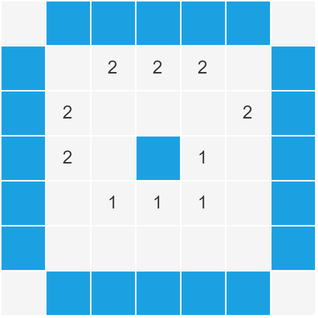
Before: img/62c303-L15-0.drawio.png, a diagram exported from draw.io (axiomofchoice-hjt/Axiomofchoice-hjt.github.io). Source tidied: cells renumbered, new cells last; positions are measured from the earlier drawing's top-left corner, leaving out a move shared by most shapes.
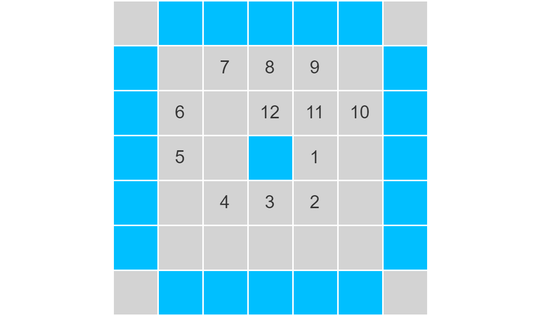
Above is the later version.

What changed in the source:
```diff
@@ -2,169 +2,175 @@
   <root>
     <mxCell id="0" />
     <mxCell id="1" parent="0" />
+    <mxCell id="57" style="endArrow=none;dashed=1;html=1;strokeColor=#FFFFFF;" parent="1" edge="1">
+      <mxGeometry relative="1" as="geometry">
+        <mxPoint x="-75" as="sourcePoint" />
+        <mxPoint x="285" as="targetPoint" />
+      </mxGeometry>
+    </mxCell>
-    <mxCell id="2" style="rounded=0;whiteSpace=wrap;html=1;fillColor=#f5f5f5;fontColor=#333333;strokeColor=#ffffff;" parent="1" vertex="1">
+    <mxCell id="2" style="rounded=0;whiteSpace=wrap;html=1;fillColor=#d3d3d3;fontColor=#333333;strokeColor=#ffffff;" parent="1" vertex="1">
       <mxGeometry width="30" height="30" as="geometry" />
     </mxCell>
-    <mxCell id="3" style="rounded=0;whiteSpace=wrap;html=1;fillColor=#1ba1e2;fontColor=#ffffff;strokeColor=#ffffff;" parent="1" vertex="1">
+    <mxCell id="3" style="rounded=0;whiteSpace=wrap;html=1;fillColor=#00bfff;fontColor=#ffffff;strokeColor=#ffffff;" parent="1" vertex="1">
       <mxGeometry x="30" width="30" height="30" as="geometry" />
     </mxCell>
-    <mxCell id="4" style="rounded=0;whiteSpace=wrap;html=1;fillColor=#1ba1e2;fontColor=#ffffff;strokeColor=#ffffff;" parent="1" vertex="1">
+    <mxCell id="4" style="rounded=0;whiteSpace=wrap;html=1;fillColor=#00bfff;fontColor=#ffffff;strokeColor=#ffffff;" parent="1" vertex="1">
       <mxGeometry x="60" width="30" height="30" as="geometry" />
     </mxCell>
-    <mxCell id="5" style="rounded=0;whiteSpace=wrap;html=1;fillColor=#1ba1e2;fontColor=#ffffff;strokeColor=#ffffff;" parent="1" vertex="1">
+    <mxCell id="5" style="rounded=0;whiteSpace=wrap;html=1;fillColor=#00bfff;fontColor=#ffffff;strokeColor=#ffffff;" parent="1" vertex="1">
       <mxGeometry x="90" width="30" height="30" as="geometry" />
     </mxCell>
-    <mxCell id="6" style="rounded=0;whiteSpace=wrap;html=1;fillColor=#1ba1e2;fontColor=#ffffff;strokeColor=#ffffff;" parent="1" vertex="1">
+    <mxCell id="6" style="rounded=0;whiteSpace=wrap;html=1;fillColor=#00bfff;fontColor=#ffffff;strokeColor=#ffffff;" parent="1" vertex="1">
       <mxGeometry x="120" width="30" height="30" as="geometry" />
     </mxCell>
-    <mxCell id="7" style="rounded=0;whiteSpace=wrap;html=1;fillColor=#f5f5f5;fontColor=#333333;strokeColor=#ffffff;" parent="1" vertex="1">
+    <mxCell id="7" style="rounded=0;whiteSpace=wrap;html=1;fillColor=#00bfff;fontColor=#333333;strokeColor=#ffffff;" parent="1" vertex="1">
       <mxGeometry y="30" width="30" height="30" as="geometry" />
     </mxCell>
-    <mxCell id="8" style="rounded=0;whiteSpace=wrap;html=1;fillColor=#f5f5f5;fontColor=#333333;strokeColor=#ffffff;" parent="1" vertex="1">
+    <mxCell id="8" style="rounded=0;whiteSpace=wrap;html=1;fillColor=#d3d3d3;fontColor=#333333;strokeColor=#ffffff;" parent="1" vertex="1">
       <mxGeometry x="30" y="30" width="30" height="30" as="geometry" />
     </mxCell>
-    <mxCell id="9" value="2" style="rounded=0;whiteSpace=wrap;html=1;fillColor=#f5f5f5;fontColor=#333333;strokeColor=#ffffff;" parent="1" vertex="1">
+    <mxCell id="9" value="7" style="rounded=0;whiteSpace=wrap;html=1;fillColor=#d3d3d3;fontColor=#333333;strokeColor=#ffffff;" parent="1" vertex="1">
       <mxGeometry x="60" y="30" width="30" height="30" as="geometry" />
     </mxCell>
-    <mxCell id="10" value="2" style="rounded=0;whiteSpace=wrap;html=1;fillColor=#f5f5f5;fontColor=#333333;strokeColor=#ffffff;" parent="1" vertex="1">
+    <mxCell id="10" value="8" style="rounded=0;whiteSpace=wrap;html=1;fillColor=#d3d3d3;fontColor=#333333;strokeColor=#ffffff;" parent="1" vertex="1">
       <mxGeometry x="90" y="30" width="30" height="30" as="geometry" />
     </mxCell>
-    <mxCell id="11" value="2" style="rounded=0;whiteSpace=wrap;html=1;fillColor=#f5f5f5;fontColor=#333333;strokeColor=#ffffff;" parent="1" vertex="1">
+    <mxCell id="11" value="9" style="rounded=0;whiteSpace=wrap;html=1;fillColor=#d3d3d3;fontColor=#333333;strokeColor=#ffffff;" parent="1" vertex="1">
       <mxGeometry x="120" y="30" width="30" height="30" as="geometry" />
     </mxCell>
-    <mxCell id="12" style="rounded=0;whiteSpace=wrap;html=1;fillColor=#f5f5f5;fontColor=#333333;strokeColor=#ffffff;" parent="1" vertex="1">
+    <mxCell id="12" style="rounded=0;whiteSpace=wrap;html=1;fillColor=#00bfff;fontColor=#333333;strokeColor=#ffffff;" parent="1" vertex="1">
       <mxGeometry y="60" width="30" height="30" as="geometry" />
     </mxCell>
-    <mxCell id="13" value="2" style="rounded=0;whiteSpace=wrap;html=1;fillColor=#f5f5f5;fontColor=#333333;strokeColor=#ffffff;" parent="1" vertex="1">
+    <mxCell id="13" value="6" style="rounded=0;whiteSpace=wrap;html=1;fillColor=#d3d3d3;fontColor=#333333;strokeColor=#ffffff;" parent="1" vertex="1">
       <mxGeometry x="30" y="60" width="30" height="30" as="geometry" />
     </mxCell>
-    <mxCell id="14" style="rounded=0;whiteSpace=wrap;html=1;fillColor=#f5f5f5;fontColor=#333333;strokeColor=#ffffff;" parent="1" vertex="1">
+    <mxCell id="14" style="rounded=0;whiteSpace=wrap;html=1;fillColor=#d3d3d3;fontColor=#333333;strokeColor=#ffffff;" parent="1" vertex="1">
       <mxGeometry x="60" y="60" width="30" height="30" as="geometry" />
     </mxCell>
-    <mxCell id="15" style="rounded=0;whiteSpace=wrap;html=1;fillColor=#f5f5f5;fontColor=#333333;strokeColor=#ffffff;" parent="1" vertex="1">
+    <mxCell id="15" value="12" style="rounded=0;whiteSpace=wrap;html=1;fillColor=#d3d3d3;fontColor=#333333;strokeColor=#ffffff;" parent="1" vertex="1">
       <mxGeometry x="90" y="60" width="30" height="30" as="geometry" />
     </mxCell>
-    <mxCell id="16" style="rounded=0;whiteSpace=wrap;html=1;fillColor=#f5f5f5;fontColor=#333333;strokeColor=#ffffff;" parent="1" vertex="1">
+    <mxCell id="16" value="11" style="rounded=0;whiteSpace=wrap;html=1;fillColor=#d3d3d3;fontColor=#333333;strokeColor=#ffffff;" parent="1" vertex="1">
       <mxGeometry x="120" y="60" width="30" height="30" as="geometry" />
     </mxCell>
-    <mxCell id="17" style="rounded=0;whiteSpace=wrap;html=1;fillColor=#f5f5f5;fontColor=#333333;strokeColor=#ffffff;" parent="1" vertex="1">
+    <mxCell id="17" style="rounded=0;whiteSpace=wrap;html=1;fillColor=#00bfff;fontColor=#333333;strokeColor=#ffffff;" parent="1" vertex="1">
       <mxGeometry y="90" width="30" height="30" as="geometry" />
     </mxCell>
-    <mxCell id="18" value="2" style="rounded=0;whiteSpace=wrap;html=1;fillColor=#f5f5f5;fontColor=#333333;strokeColor=#ffffff;" parent="1" vertex="1">
+    <mxCell id="18" value="5" style="rounded=0;whiteSpace=wrap;html=1;fillColor=#d3d3d3;fontColor=#333333;strokeColor=#ffffff;" parent="1" vertex="1">
       <mxGeometry x="30" y="90" width="30" height="30" as="geometry" />
     </mxCell>
-    <mxCell id="19" style="rounded=0;whiteSpace=wrap;html=1;fillColor=#f5f5f5;fontColor=#333333;strokeColor=#ffffff;" parent="1" vertex="1">
+    <mxCell id="19" style="rounded=0;whiteSpace=wrap;html=1;fillColor=#d3d3d3;fontColor=#333333;strokeColor=#ffffff;" parent="1" vertex="1">
       <mxGeometry x="60" y="90" width="30" height="30" as="geometry" />
     </mxCell>
-    <mxCell id="20" style="rounded=0;whiteSpace=wrap;html=1;fillColor=#f5f5f5;fontColor=#333333;strokeColor=#ffffff;" parent="1" vertex="1">
+    <mxCell id="20" style="rounded=0;whiteSpace=wrap;html=1;fillColor=#d3d3d3;fontColor=#333333;strokeColor=#ffffff;" parent="1" vertex="1">
       <mxGeometry x="90" y="90" width="30" height="30" as="geometry" />
     </mxCell>
-    <mxCell id="21" value="1" style="rounded=0;whiteSpace=wrap;html=1;fillColor=#f5f5f5;fontColor=#333333;strokeColor=#ffffff;" parent="1" vertex="1">
+    <mxCell id="21" value="1" style="rounded=0;whiteSpace=wrap;html=1;fillColor=#d3d3d3;fontColor=#333333;strokeColor=#ffffff;" parent="1" vertex="1">
       <mxGeometry x="120" y="90" width="30" height="30" as="geometry" />
     </mxCell>
-    <mxCell id="22" style="rounded=0;whiteSpace=wrap;html=1;fillColor=#f5f5f5;fontColor=#333333;strokeColor=#ffffff;" parent="1" vertex="1">
+    <mxCell id="22" style="rounded=0;whiteSpace=wrap;html=1;fillColor=#00bfff;fontColor=#333333;strokeColor=#ffffff;" parent="1" vertex="1">
       <mxGeometry y="120" width="30" height="30" as="geometry" />
     </mxCell>
-    <mxCell id="23" style="rounded=0;whiteSpace=wrap;html=1;fillColor=#f5f5f5;fontColor=#333333;strokeColor=#ffffff;" parent="1" vertex="1">
+    <mxCell id="23" style="rounded=0;whiteSpace=wrap;html=1;fillColor=#d3d3d3;fontColor=#333333;strokeColor=#ffffff;" parent="1" vertex="1">
       <mxGeometry x="30" y="120" width="30" height="30" as="geometry" />
     </mxCell>
-    <mxCell id="24" value="1" style="rounded=0;whiteSpace=wrap;html=1;fillColor=#f5f5f5;fontColor=#333333;strokeColor=#ffffff;" parent="1" vertex="1">
+    <mxCell id="24" value="4" style="rounded=0;whiteSpace=wrap;html=1;fillColor=#d3d3d3;fontColor=#333333;strokeColor=#ffffff;" parent="1" vertex="1">
       <mxGeometry x="60" y="120" width="30" height="30" as="geometry" />
     </mxCell>
-    <mxCell id="25" value="1" style="rounded=0;whiteSpace=wrap;html=1;fillColor=#f5f5f5;fontColor=#333333;strokeColor=#ffffff;" parent="1" vertex="1">
+    <mxCell id="25" value="3" style="rounded=0;whiteSpace=wrap;html=1;fillColor=#d3d3d3;fontColor=#333333;strokeColor=#ffffff;" parent="1" vertex="1">
       <mxGeometry x="90" y="120" width="30" height="30" as="geometry" />
     </mxCell>
-    <mxCell id="26" value="1" style="rounded=0;whiteSpace=wrap;html=1;fillColor=#f5f5f5;fontColor=#333333;strokeColor=#ffffff;" parent="1" vertex="1">
+    <mxCell id="26" value="2" style="rounded=0;whiteSpace=wrap;html=1;fillColor=#d3d3d3;fontColor=#333333;strokeColor=#ffffff;" parent="1" vertex="1">
       <mxGeometry x="120" y="120" width="30" height="30" as="geometry" />
     </mxCell>
-    <mxCell id="27" style="rounded=0;whiteSpace=wrap;html=1;fillColor=#f5f5f5;fontColor=#333333;strokeColor=#ffffff;" parent="1" vertex="1">
+    <mxCell id="27" style="rounded=0;whiteSpace=wrap;html=1;fillColor=#00bfff;fontColor=#333333;strokeColor=#ffffff;" parent="1" vertex="1">
       <mxGeometry y="150" width="30" height="30" as="geometry" />
     </mxCell>
-    <mxCell id="28" style="rounded=0;whiteSpace=wrap;html=1;fillColor=#f5f5f5;fontColor=#333333;strokeColor=#ffffff;" parent="1" vertex="1">
+    <mxCell id="28" style="rounded=0;whiteSpace=wrap;html=1;fillColor=#d3d3d3;fontColor=#333333;strokeColor=#ffffff;" parent="1" vertex="1">
       <mxGeometry x="30" y="150" width="30" height="30" as="geometry" />
     </mxCell>
-    <mxCell id="29" style="rounded=0;whiteSpace=wrap;html=1;fillColor=#f5f5f5;fontColor=#333333;strokeColor=#ffffff;" parent="1" vertex="1">
+    <mxCell id="29" style="rounded=0;whiteSpace=wrap;html=1;fillColor=#d3d3d3;fontColor=#333333;strokeColor=#ffffff;" parent="1" vertex="1">
       <mxGeometry x="60" y="150" width="30" height="30" as="geometry" />
     </mxCell>
-    <mxCell id="30" style="rounded=0;whiteSpace=wrap;html=1;fillColor=#f5f5f5;fontColor=#333333;strokeColor=#ffffff;" parent="1" vertex="1">
+    <mxCell id="30" style="rounded=0;whiteSpace=wrap;html=1;fillColor=#d3d3d3;fontColor=#333333;strokeColor=#ffffff;" parent="1" vertex="1">
       <mxGeometry x="90" y="150" width="30" height="30" as="geometry" />
     </mxCell>
-    <mxCell id="31" style="rounded=0;whiteSpace=wrap;html=1;fillColor=#f5f5f5;fontColor=#333333;strokeColor=#ffffff;" parent="1" vertex="1">
+    <mxCell id="31" style="rounded=0;whiteSpace=wrap;html=1;fillColor=#d3d3d3;fontColor=#333333;strokeColor=#ffffff;" parent="1" vertex="1">
       <mxGeometry x="120" y="150" width="30" height="30" as="geometry" />
     </mxCell>
-    <mxCell id="32" style="rounded=0;whiteSpace=wrap;html=1;fillColor=#f5f5f5;fontColor=#333333;strokeColor=#ffffff;" parent="1" vertex="1">
+    <mxCell id="32" style="rounded=0;whiteSpace=wrap;html=1;fillColor=#d3d3d3;fontColor=#333333;strokeColor=#ffffff;" parent="1" vertex="1">
       <mxGeometry y="180" width="30" height="30" as="geometry" />
     </mxCell>
-    <mxCell id="33" style="rounded=0;whiteSpace=wrap;html=1;fillColor=#1ba1e2;fontColor=#ffffff;strokeColor=#ffffff;" parent="1" vertex="1">
+    <mxCell id="33" style="rounded=0;whiteSpace=wrap;html=1;fillColor=#00bfff;fontColor=#ffffff;strokeColor=#ffffff;" parent="1" vertex="1">
       <mxGeometry x="30" y="180" width="30" height="30" as="geometry" />
     </mxCell>
-    <mxCell id="34" style="rounded=0;whiteSpace=wrap;html=1;fillColor=#1ba1e2;fontColor=#ffffff;strokeColor=#ffffff;" parent="1" vertex="1">
+    <mxCell id="34" style="rounded=0;whiteSpace=wrap;html=1;fillColor=#00bfff;fontColor=#ffffff;strokeColor=#ffffff;" parent="1" vertex="1">
       <mxGeometry x="60" y="180" width="30" height="30" as="geometry" />
     </mxCell>
-    <mxCell id="35" style="rounded=0;whiteSpace=wrap;html=1;fillColor=#1ba1e2;fontColor=#ffffff;strokeColor=#ffffff;" parent="1" vertex="1">
+    <mxCell id="35" style="rounded=0;whiteSpace=wrap;html=1;fillColor=#00bfff;fontColor=#ffffff;strokeColor=#ffffff;" parent="1" vertex="1">
       <mxGeometry x="90" y="180" width="30" height="30" as="geometry" />
     </mxCell>
-    <mxCell id="36" style="rounded=0;whiteSpace=wrap;html=1;fillColor=#1ba1e2;fontColor=#ffffff;strokeColor=#ffffff;" parent="1" vertex="1">
+    <mxCell id="36" style="rounded=0;whiteSpace=wrap;html=1;fillColor=#00bfff;fontColor=#ffffff;strokeColor=#ffffff;" parent="1" vertex="1">
       <mxGeometry x="120" y="180" width="30" height="30" as="geometry" />
     </mxCell>
-    <mxCell id="37" style="rounded=0;whiteSpace=wrap;html=1;fillColor=#1ba1e2;fontColor=#ffffff;strokeColor=#ffffff;" parent="1" vertex="1">
+    <mxCell id="37" style="rounded=0;whiteSpace=wrap;html=1;fillColor=#00bfff;fontColor=#ffffff;strokeColor=#ffffff;" parent="1" vertex="1">
       <mxGeometry x="150" width="30" height="30" as="geometry" />
     </mxCell>
-    <mxCell id="38" style="rounded=0;whiteSpace=wrap;html=1;fillColor=#f5f5f5;fontColor=#333333;strokeColor=#ffffff;" parent="1" vertex="1">
+    <mxCell id="38" style="rounded=0;whiteSpace=wrap;html=1;fillColor=#d3d3d3;fontColor=#333333;strokeColor=#ffffff;" parent="1" vertex="1">
       <mxGeometry x="180" width="30" height="30" as="geometry" />
     </mxCell>
-    <mxCell id="39" style="rounded=0;whiteSpace=wrap;html=1;fillColor=#f5f5f5;fontColor=#333333;strokeColor=#ffffff;" parent="1" vertex="1">
+    <mxCell id="39" style="rounded=0;whiteSpace=wrap;html=1;fillColor=#d3d3d3;fontColor=#333333;strokeColor=#ffffff;" parent="1" vertex="1">
       <mxGeometry x="150" y="30" width="30" height="30" as="geometry" />
     </mxCell>
-    <mxCell id="40" style="rounded=0;whiteSpace=wrap;html=1;fillColor=#1ba1e2;fontColor=#ffffff;strokeColor=#ffffff;" parent="1" vertex="1">
+    <mxCell id="40" style="rounded=0;whiteSpace=wrap;html=1;fillColor=#00bfff;fontColor=#ffffff;strokeColor=#ffffff;" parent="1" vertex="1">
       <mxGeometry x="180" y="30" width="30" height="30" as="geometry" />
     </mxCell>
-    <mxCell id="41" value="2" style="rounded=0;whiteSpace=wrap;html=1;fillColor=#f5f5f5;fontColor=#333333;strokeColor=#ffffff;" parent="1" vertex="1">
+    <mxCell id="41" value="10" style="rounded=0;whiteSpace=wrap;html=1;fillColor=#d3d3d3;fontColor=#333333;strokeColor=#ffffff;" parent="1" vertex="1">
       <mxGeometry x="150" y="60" width="30" height="30" as="geometry" />
     </mxCell>
-    <mxCell id="42" style="rounded=0;whiteSpace=wrap;html=1;fillColor=#1ba1e2;fontColor=#ffffff;strokeColor=#ffffff;" parent="1" vertex="1">
+    <mxCell id="42" style="rounded=0;whiteSpace=wrap;html=1;fillColor=#00bfff;fontColor=#ffffff;strokeColor=#ffffff;" parent="1" vertex="1">
       <mxGeometry x="180" y="60" width="30" height="30" as="geometry" />
     </mxCell>
-    <mxCell id="43" style="rounded=0;whiteSpace=wrap;html=1;fillColor=#f5f5f5;fontColor=#333333;strokeColor=#ffffff;" parent="1" vertex="1">
+    <mxCell id="43" style="rounded=0;whiteSpace=wrap;html=1;fillColor=#d3d3d3;fontColor=#333333;strokeColor=#ffffff;" parent="1" vertex="1">
       <mxGeometry x="150" y="90" width="30" height="30" as="geometry" />
     </mxCell>
-    <mxCell id="44" style="rounded=0;whiteSpace=wrap;html=1;fillColor=#1ba1e2;fontColor=#ffffff;strokeColor=#ffffff;" parent="1" vertex="1">
+    <mxCell id="44" style="rounded=0;whiteSpace=wrap;html=1;fillColor=#00bfff;fontColor=#ffffff;strokeColor=#ffffff;" parent="1" vertex="1">
       <mxGeometry x="180" y="90" width="30" height="30" as="geometry" />
     </mxCell>
-    <mxCell id="45" style="rounded=0;whiteSpace=wrap;html=1;fillColor=#f5f5f5;fontColor=#333333;strokeColor=#ffffff;" parent="1" vertex="1">
+    <mxCell id="45" style="rounded=0;whiteSpace=wrap;html=1;fillColor=#d3d3d3;fontColor=#333333;strokeColor=#ffffff;" parent="1" vertex="1">
       <mxGeometry x="150" y="120" width="30" height="30" as="geometry" />
     </mxCell>
-    <mxCell id="46" style="rounded=0;whiteSpace=wrap;html=1;fillColor=#1ba1e2;fontColor=#ffffff;strokeColor=#ffffff;" parent="1" vertex="1">
+    <mxCell id="46" style="rounded=0;whiteSpace=wrap;html=1;fillColor=#00bfff;fontColor=#ffffff;strokeColor=#ffffff;" parent="1" vertex="1">
       <mxGeometry x="180" y="120" width="30" height="30" as="geometry" />
     </mxCell>
-    <mxCell id="47" style="rounded=0;whiteSpace=wrap;html=1;fillColor=#f5f5f5;fontColor=#333333;strokeColor=#ffffff;" parent="1" vertex="1">
+    <mxCell id="47" style="rounded=0;whiteSpace=wrap;html=1;fillColor=#d3d3d3;fontColor=#333333;strokeColor=#ffffff;" parent="1" vertex="1">
       <mxGeometry x="150" y="150" width="30" height="30" as="geometry" />
     </mxCell>
-    <mxCell id="48" style="rounded=0;whiteSpace=wrap;html=1;fillColor=#1ba1e2;fontColor=#ffffff;strokeColor=#ffffff;" parent="1" vertex="1">
+    <mxCell id="48" style="rounded=0;whiteSpace=wrap;html=1;fillColor=#00bfff;fontColor=#ffffff;strokeColor=#ffffff;" parent="1" vertex="1">
       <mxGeometry x="180" y="150" width="30" height="30" as="geometry" />
     </mxCell>
-    <mxCell id="49" style="rounded=0;whiteSpace=wrap;html=1;fillColor=#1ba1e2;fontColor=#ffffff;strokeColor=#ffffff;" parent="1" vertex="1">
+    <mxCell id="49" style="rounded=0;whiteSpace=wrap;html=1;fillColor=#00bfff;fontColor=#ffffff;strokeColor=#ffffff;" parent="1" vertex="1">
       <mxGeometry x="150" y="180" width="30" height="30" as="geometry" />
     </mxCell>
-    <mxCell id="50" style="rounded=0;whiteSpace=wrap;html=1;fillColor=#f5f5f5;fontColor=#333333;strokeColor=#ffffff;" parent="1" vertex="1">
+    <mxCell id="50" style="rounded=0;whiteSpace=wrap;html=1;fillColor=#d3d3d3;fontColor=#333333;strokeColor=#ffffff;" parent="1" vertex="1">
       <mxGeometry x="180" y="180" width="30" height="30" as="geometry" />
     </mxCell>
-    <mxCell id="51" style="rounded=0;whiteSpace=wrap;html=1;fillColor=#1ba1e2;fontColor=#ffffff;strokeColor=#ffffff;" parent="1" vertex="1">
+    <mxCell id="51" style="rounded=0;whiteSpace=wrap;html=1;fillColor=#00bfff;fontColor=#ffffff;strokeColor=#ffffff;" parent="1" vertex="1">
       <mxGeometry x="90" y="90" width="30" height="30" as="geometry" />
     </mxCell>
-    <mxCell id="52" style="rounded=0;whiteSpace=wrap;html=1;fillColor=#1ba1e2;fontColor=#ffffff;strokeColor=#ffffff;" parent="1" vertex="1">
+    <mxCell id="52" style="rounded=0;whiteSpace=wrap;html=1;fillColor=#00bfff;fontColor=#ffffff;strokeColor=#ffffff;" parent="1" vertex="1">
       <mxGeometry y="30" width="30" height="30" as="geometry" />
     </mxCell>
-    <mxCell id="53" style="rounded=0;whiteSpace=wrap;html=1;fillColor=#1ba1e2;fontColor=#ffffff;strokeColor=#ffffff;" parent="1" vertex="1">
+    <mxCell id="53" style="rounded=0;whiteSpace=wrap;html=1;fillColor=#00bfff;fontColor=#ffffff;strokeColor=#ffffff;" parent="1" vertex="1">
       <mxGeometry y="60" width="30" height="30" as="geometry" />
     </mxCell>
-    <mxCell id="54" style="rounded=0;whiteSpace=wrap;html=1;fillColor=#1ba1e2;fontColor=#ffffff;strokeColor=#ffffff;" parent="1" vertex="1">
+    <mxCell id="54" style="rounded=0;whiteSpace=wrap;html=1;fillColor=#00bfff;fontColor=#ffffff;strokeColor=#ffffff;" parent="1" vertex="1">
       <mxGeometry y="90" width="30" height="30" as="geometry" />
     </mxCell>
-    <mxCell id="55" style="rounded=0;whiteSpace=wrap;html=1;fillColor=#1ba1e2;fontColor=#ffffff;strokeColor=#ffffff;" parent="1" vertex="1">
+    <mxCell id="55" style="rounded=0;whiteSpace=wrap;html=1;fillColor=#00bfff;fontColor=#ffffff;strokeColor=#ffffff;" parent="1" vertex="1">
       <mxGeometry y="120" width="30" height="30" as="geometry" />
     </mxCell>
-    <mxCell id="56" style="rounded=0;whiteSpace=wrap;html=1;fillColor=#1ba1e2;fontColor=#ffffff;strokeColor=#ffffff;" parent="1" vertex="1">
+    <mxCell id="56" style="rounded=0;whiteSpace=wrap;html=1;fillColor=#00bfff;fontColor=#ffffff;strokeColor=#ffffff;" parent="1" vertex="1">
       <mxGeometry y="150" width="30" height="30" as="geometry" />
     </mxCell>
   </root>
```
